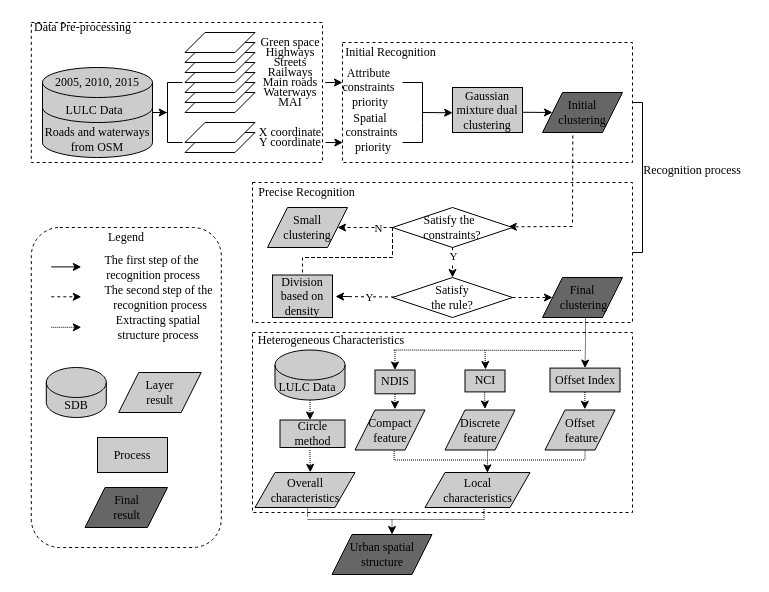
Earlier version of the draw.io diagram Untitled Diagram.drawio (xiaotongtongxue/flowChar). Source tidied: cells renumbered, new cells numbered last; positions are measured from the earlier drawing's top-left corner, leaving out a move shared by most shapes. Both pictures are drawn from the tidied source at 100%, with x=0, y=0 at pixel (17, 17).
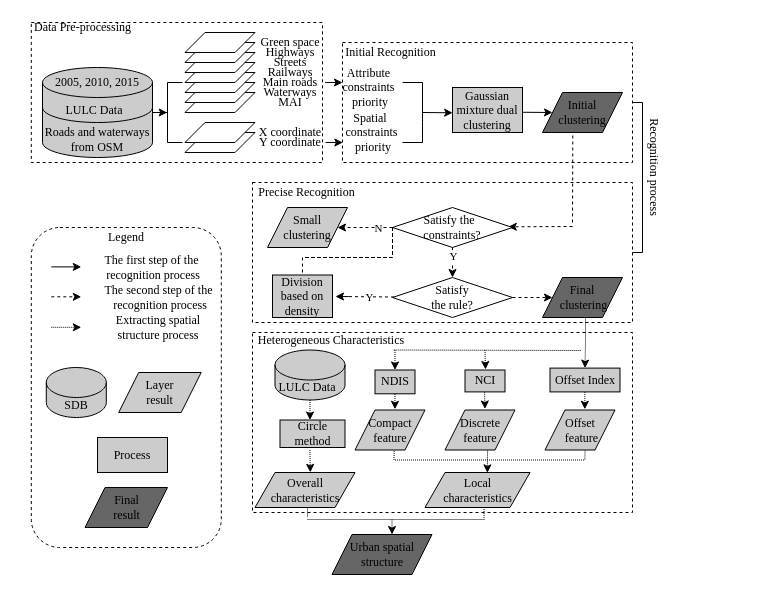
Above is the later version.

Diff of the diagram source:
```diff
@@
-    <mxCell id="80" value="&amp;nbsp;&lt;br&gt;Recognition process" style="text;html=1;strokeColor=none;fillColor=none;align=center;verticalAlign=middle;whiteSpace=wrap;rounded=0;fontFamily=Times New Roman;" parent="1" vertex="1">
-      <mxGeometry x="615" y="135" width="120" height="20" as="geometry" />
+    <mxCell id="80" value="&amp;nbsp;&lt;br&gt;Recognition process" style="text;html=1;strokeColor=none;fillColor=none;align=center;verticalAlign=middle;whiteSpace=wrap;rounded=0;fontFamily=Times New Roman;rotation=90;" parent="1" vertex="1">
+      <mxGeometry x="585" y="140" width="120" height="20" as="geometry" />
     </mxCell>
```
